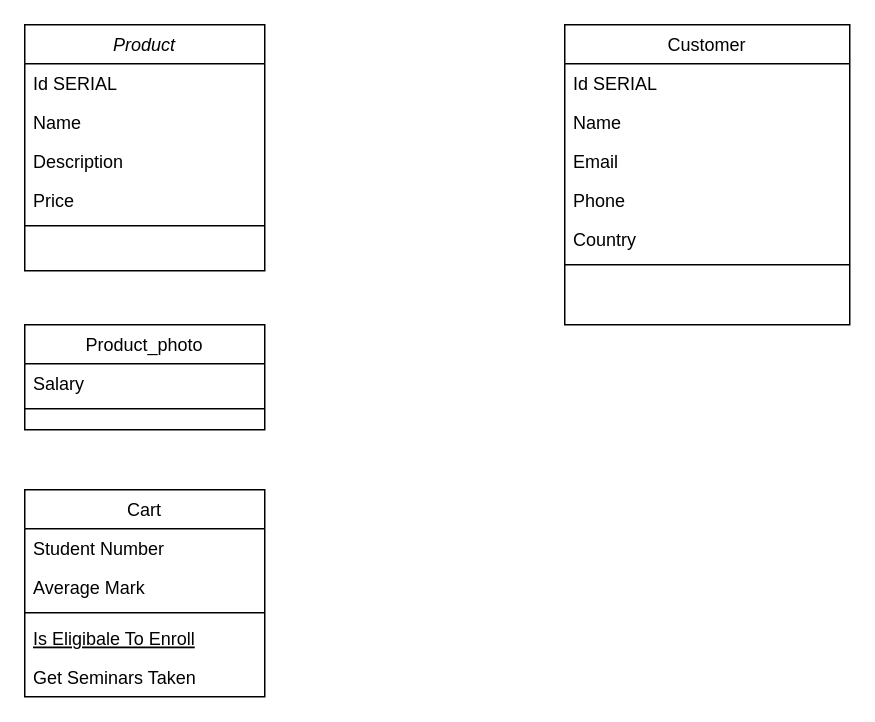
The draw.io diagram Untitled Diagram.drawio in OhotnikovM/online-shop, before the edit. Source tidied: cells renumbered, new cells numbered last; positions are measured from the earlier drawing's top-left corner, leaving out a move shared by most shapes. Both pictures are drawn from the tidied source at 150%, with x=0, y=0 at pixel (24, 24).
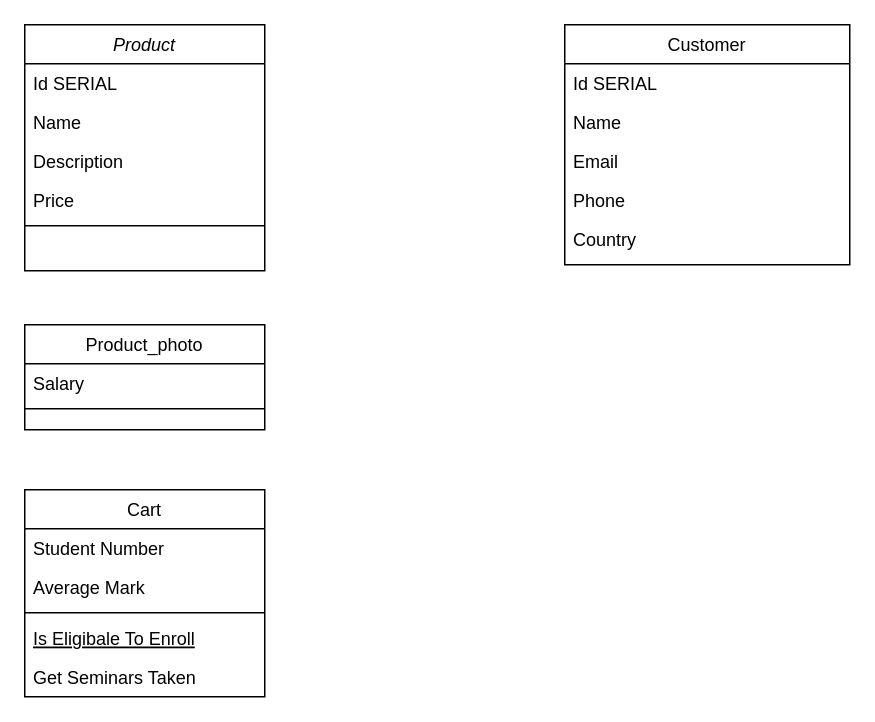
Above is the later version.

Change to the diagram source:
```diff
@@
     <mxCell id="17" value="Customer" style="swimlane;fontStyle=0;align=center;verticalAlign=top;horizontal=1;startSize=26;rounded=0;shadow=0;strokeWidth=1;" parent="1" vertex="1">
-      <mxGeometry x="360" width="190" height="200" as="geometry" />
+      <mxGeometry x="360" width="190" height="160" as="geometry" />
     </mxCell>
@@
-    <mxCell id="23" style="line;html=1;strokeWidth=1;align=left;verticalAlign=middle;spacingTop=-1;spacingLeft=3;spacingRight=3;labelPosition=right;" parent="17" vertex="1">
-      <mxGeometry y="156" width="190" height="8" as="geometry" />
-    </mxCell>
```
